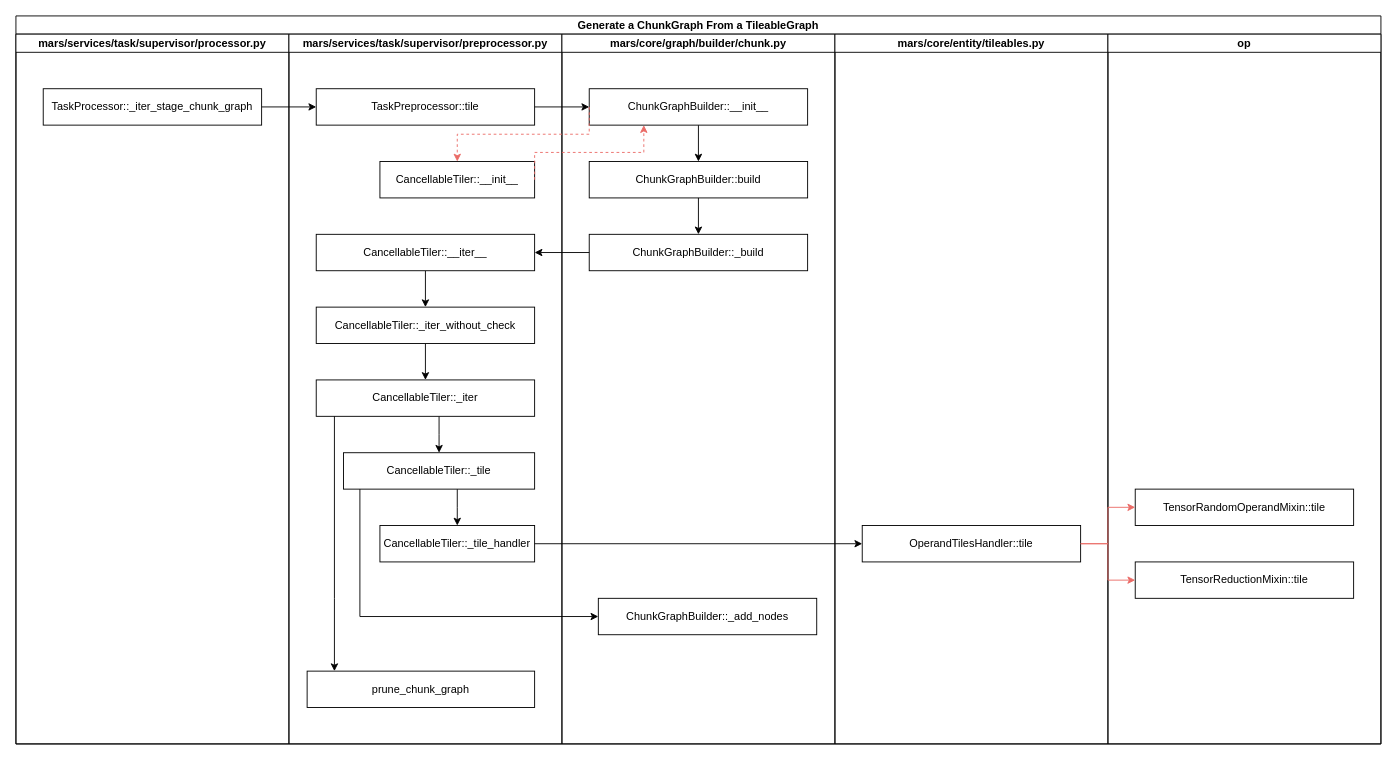
zhongchun/daily keeps this draw.io diagram as page "Tile" (3 of 3) of graphs/mars_cluster_startup_flow_0.1.drawio. Above is the earlier version. Source tidied: cells renumbered, new cells numbered last; positions are measured from the earlier drawing's top-left corner, leaving out a move shared by most shapes. Both pictures are drawn from the tidied source at 91%, with x=0, y=0 at pixel (15, 15).
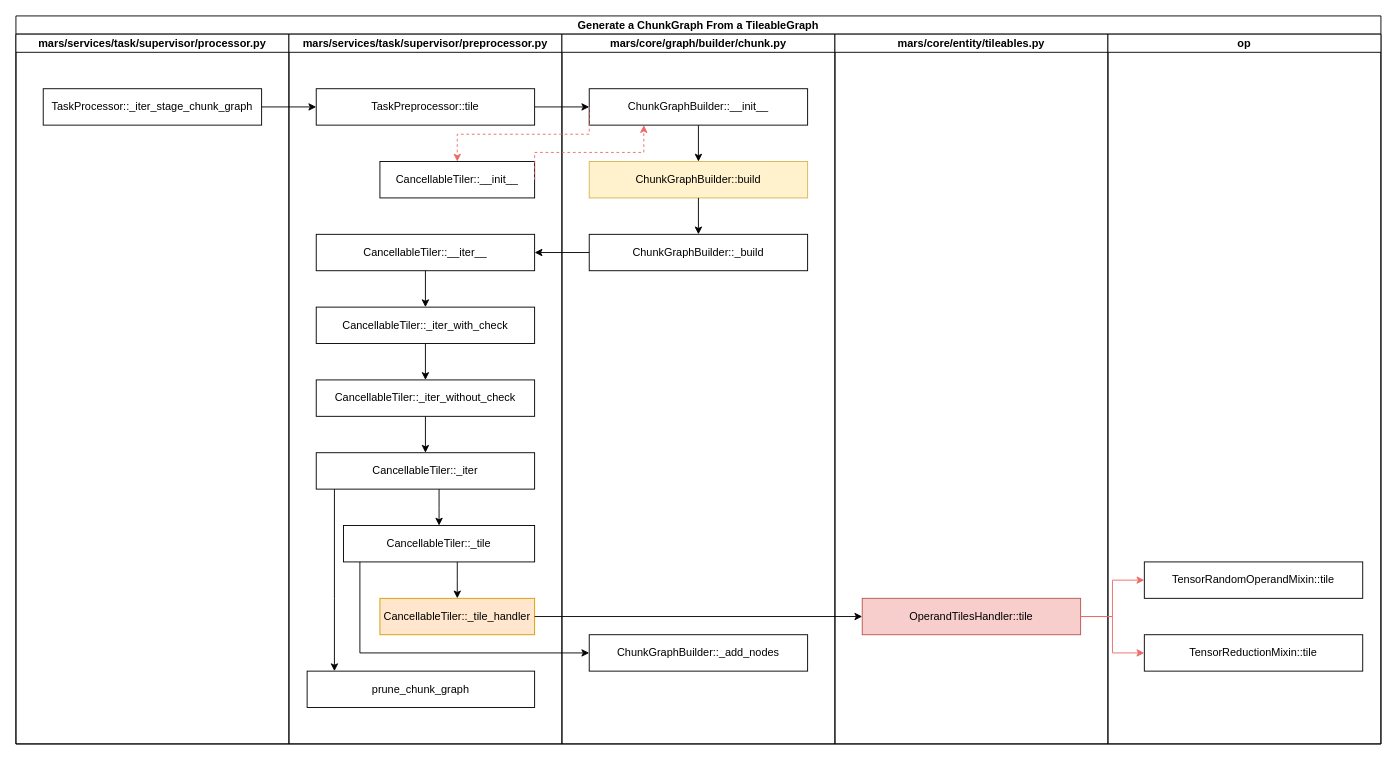
After the change.

The change refers to these unchanged cells:
```xml
<mxCell id="5" value="mars/services/task/supervisor/preprocessor.py" style="swimlane;startSize=20;" parent="2" vertex="1">
  <mxGeometry x="300" y="20" width="300" height="780" as="geometry" />
</mxCell>
<mxCell id="9" value="CancellableTiler::__iter__" style="rounded=0;whiteSpace=wrap;html=1;" parent="5" vertex="1">
  <mxGeometry x="30" y="220" width="240" height="40" as="geometry" />
</mxCell>
<mxCell id="18" value="prune_chunk_graph" style="rounded=0;whiteSpace=wrap;html=1;" parent="5" vertex="1">
  <mxGeometry x="20" y="700" width="250" height="40" as="geometry" />
</mxCell>
<mxCell id="20" value="mars/core/graph/builder/chunk.py" style="swimlane;startSize=20;" parent="2" vertex="1">
  <mxGeometry x="600" y="20" width="300" height="780" as="geometry" />
</mxCell>
<mxCell id="27" value="mars/core/entity/tileables.py" style="swimlane;startSize=20;" parent="2" vertex="1">
  <mxGeometry x="900" y="20" width="300" height="780" as="geometry" />
</mxCell>
<mxCell id="33" value="op" style="swimlane;startSize=20;" parent="2" vertex="1">
  <mxGeometry x="1200" y="20" width="300" height="780" as="geometry" />
</mxCell>
```

Change to the diagram source:
```diff
@@
-    <mxCell id="8" style="edgeStyle=none;rounded=0;jettySize=auto;html=1;fontSize=12;fontColor=#F19C99;startArrow=none;startFill=0;endArrow=classic;endFill=1;startSize=6;endSize=6;strokeColor=#000000;elbow=vertical;" parent="5" edge="1" source="9" target="11">
-      <mxGeometry relative="1" as="geometry" />
-    </mxCell>
@@
     <mxCell id="11" value="CancellableTiler::_iter_without_check" style="rounded=0;whiteSpace=wrap;html=1;" parent="5" vertex="1">
-      <mxGeometry x="30" y="300" width="240" height="40" as="geometry" />
+      <mxGeometry x="30" y="380" width="240" height="40" as="geometry" />
     </mxCell>
@@
     <mxCell id="13" value="CancellableTiler::_iter" style="rounded=0;whiteSpace=wrap;html=1;" parent="5" vertex="1">
-      <mxGeometry x="30" y="380" width="240" height="40" as="geometry" />
+      <mxGeometry x="30" y="460" width="240" height="40" as="geometry" />
     </mxCell>
@@
     <mxCell id="15" value="CancellableTiler::_tile" style="rounded=0;whiteSpace=wrap;html=1;" parent="5" vertex="1">
-      <mxGeometry x="60" y="460" width="210" height="40" as="geometry" />
+      <mxGeometry x="60" y="540" width="210" height="40" as="geometry" />
     </mxCell>
-    <mxCell id="16" value="CancellableTiler::_tile_handler" style="rounded=0;whiteSpace=wrap;html=1;" parent="5" vertex="1">
-      <mxGeometry x="100" y="540" width="170" height="40" as="geometry" />
+    <mxCell id="16" value="CancellableTiler::_tile_handler" style="rounded=0;whiteSpace=wrap;html=1;fillColor=#ffe6cc;strokeColor=#d79b00;" parent="5" vertex="1">
+      <mxGeometry x="100" y="620" width="170" height="40" as="geometry" />
     </mxCell>
@@
-    <mxCell id="19" style="edgeStyle=elbowEdgeStyle;rounded=0;jettySize=auto;html=1;fontSize=12;fontColor=#F19C99;startArrow=none;startFill=0;endArrow=classic;endFill=1;startSize=6;endSize=6;strokeColor=#000000;elbow=vertical;" parent="5" edge="1" target="18">
-      <mxGeometry relative="1" as="geometry">
-        <mxPoint x="50" y="420" as="sourcePoint" />
-        <Array as="points">
-          <mxPoint x="50" y="620" />
-        </Array>
-      </mxGeometry>
-    </mxCell>
+    <mxCell id="41" style="edgeStyle=elbowEdgeStyle;rounded=0;jettySize=auto;html=1;fontSize=12;fontColor=#F19C99;startArrow=none;startFill=0;endArrow=classic;endFill=1;startSize=6;endSize=6;strokeColor=#000000;elbow=vertical;" parent="5" edge="1" target="18">
+      <mxGeometry relative="1" as="geometry">
+        <mxPoint x="50" y="500" as="sourcePoint" />
+        <Array as="points">
+          <mxPoint x="50" y="620" />
+        </Array>
+      </mxGeometry>
+    </mxCell>
+    <mxCell id="42" style="edgeStyle=none;html=1;" parent="5" edge="1" source="43" target="11">
+      <mxGeometry relative="1" as="geometry" />
+    </mxCell>
+    <mxCell id="43" value="CancellableTiler::_iter_with_check" style="rounded=0;whiteSpace=wrap;html=1;" parent="5" vertex="1">
+      <mxGeometry x="30" y="300" width="240" height="40" as="geometry" />
+    </mxCell>
+    <mxCell id="44" style="edgeStyle=none;rounded=0;jettySize=auto;html=1;fontSize=12;fontColor=#F19C99;startArrow=none;startFill=0;endArrow=classic;endFill=1;startSize=6;endSize=6;strokeColor=#000000;elbow=vertical;entryX=0.5;entryY=0;entryDx=0;entryDy=0;" parent="5" edge="1" source="9" target="43">
+      <mxGeometry relative="1" as="geometry" />
+    </mxCell>
@@
-    <mxCell id="23" value="ChunkGraphBuilder::build" style="rounded=0;whiteSpace=wrap;html=1;" parent="20" vertex="1">
+    <mxCell id="23" value="ChunkGraphBuilder::build" style="rounded=0;whiteSpace=wrap;html=1;fillColor=#fff2cc;strokeColor=#d6b656;" parent="20" vertex="1">
       <mxGeometry x="30" y="140" width="240" height="40" as="geometry" />
     </mxCell>
@@
     <mxCell id="26" value="ChunkGraphBuilder::_add_nodes" style="rounded=0;whiteSpace=wrap;html=1;" parent="20" vertex="1">
-      <mxGeometry x="40" y="620" width="240" height="40" as="geometry" />
+      <mxGeometry x="30" y="660" width="240" height="40" as="geometry" />
     </mxCell>
@@
-    <mxCell id="28" value="OperandTilesHandler::tile" style="rounded=0;whiteSpace=wrap;html=1;" parent="27" vertex="1">
-      <mxGeometry x="30" y="540" width="240" height="40" as="geometry" />
+    <mxCell id="28" value="OperandTilesHandler::tile" style="rounded=0;whiteSpace=wrap;html=1;fillColor=#f8cecc;strokeColor=#b85450;" parent="27" vertex="1">
+      <mxGeometry x="30" y="620" width="240" height="40" as="geometry" />
     </mxCell>
@@
     <mxCell id="34" value="TensorRandomOperandMixin::tile" style="rounded=0;whiteSpace=wrap;html=1;" parent="33" vertex="1">
-      <mxGeometry x="30" y="500" width="240" height="40" as="geometry" />
+      <mxGeometry x="40" y="580" width="240" height="40" as="geometry" />
     </mxCell>
     <mxCell id="35" value="TensorReductionMixin::tile" style="rounded=0;whiteSpace=wrap;html=1;" parent="33" vertex="1">
-      <mxGeometry x="30" y="580" width="240" height="40" as="geometry" />
+      <mxGeometry x="40" y="660" width="240" height="40" as="geometry" />
     </mxCell>
@@
-    <mxCell id="40" style="rounded=0;jettySize=auto;html=1;fontSize=12;fontColor=#F19C99;startArrow=none;startFill=0;endArrow=classic;endFill=1;startSize=6;endSize=6;strokeColor=#000000;entryX=0;entryY=0.5;entryDx=0;entryDy=0;edgeStyle=elbowEdgeStyle;" parent="1" edge="1" target="26">
-      <mxGeometry relative="1" as="geometry">
-        <mxPoint x="378" y="520" as="sourcePoint" />
-        <Array as="points">
-          <mxPoint x="378" y="590" />
-        </Array>
-      </mxGeometry>
-    </mxCell>
+    <mxCell id="45" style="rounded=0;jettySize=auto;html=1;fontSize=12;fontColor=#F19C99;startArrow=none;startFill=0;endArrow=classic;endFill=1;startSize=6;endSize=6;strokeColor=#000000;entryX=0;entryY=0.5;entryDx=0;entryDy=0;edgeStyle=elbowEdgeStyle;" parent="1" edge="1" target="26">
+      <mxGeometry relative="1" as="geometry">
+        <mxPoint x="378" y="600" as="sourcePoint" />
+        <Array as="points">
+          <mxPoint x="378" y="590" />
+        </Array>
+      </mxGeometry>
+    </mxCell>
```
